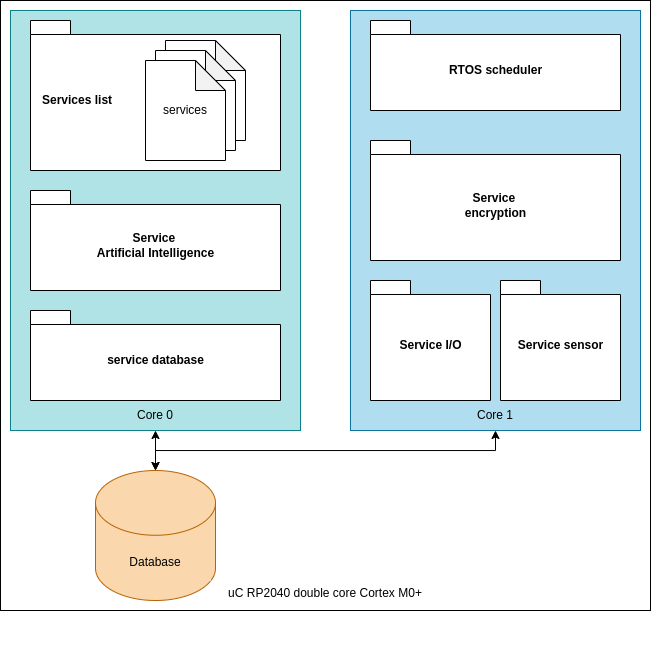
KureciPlatek/Project_BacaSable keeps this draw.io diagram as 02_Architecture_Modelisation/images/deployment_diagram.png. Above is the earlier version. Source tidied: cells renumbered, new cells last; positions are measured from the earlier drawing's top-left corner, leaving out a move shared by most shapes.
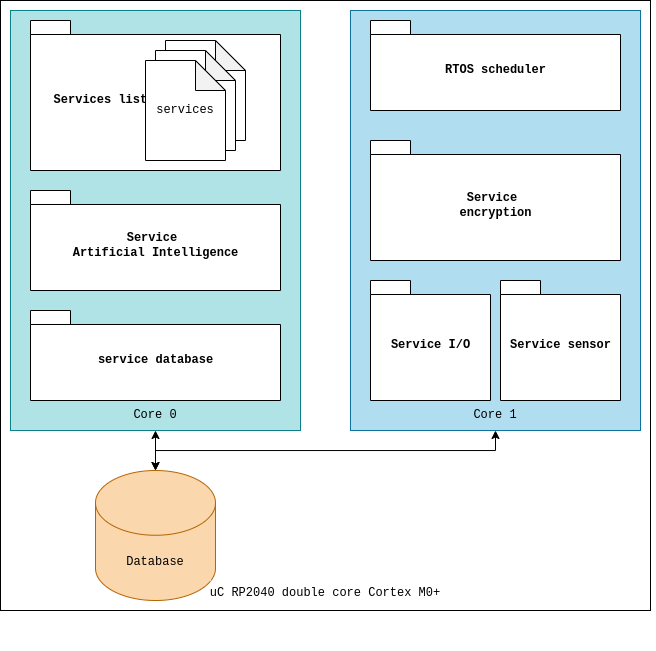
After the commit.

Commit message:
Fixed deployment diagram police

The edit, as a diff of the source:
```diff
@@ -2,64 +2,64 @@
   <root>
     <mxCell id="0" />
     <mxCell id="1" parent="0" />
-    <mxCell id="2" value="&lt;br&gt;&lt;br&gt;&lt;br&gt;&lt;br&gt;&lt;br&gt;&lt;br&gt;&lt;br&gt;&lt;br&gt;&lt;br&gt;&lt;br&gt;&lt;br&gt;&lt;br&gt;&lt;br&gt;&lt;br&gt;&lt;br&gt;&lt;br&gt;&lt;br&gt;&lt;br&gt;&lt;br&gt;&lt;br&gt;&lt;br&gt;&lt;br&gt;&lt;br&gt;&lt;br&gt;&lt;br&gt;&lt;br&gt;&lt;br&gt;&lt;br&gt;&lt;br&gt;&lt;br&gt;&lt;br&gt;&lt;br&gt;&lt;br&gt;&lt;br&gt;&lt;br&gt;&lt;br&gt;&lt;br&gt;&lt;br&gt;&lt;br&gt;&lt;br&gt;uC RP2040 double core Cortex M0+" style="rounded=0;whiteSpace=wrap;html=1;" parent="1" vertex="1">
+    <mxCell id="2" value="&lt;br&gt;&lt;br&gt;&lt;br&gt;&lt;br&gt;&lt;br&gt;&lt;br&gt;&lt;br&gt;&lt;br&gt;&lt;br&gt;&lt;br&gt;&lt;br&gt;&lt;br&gt;&lt;br&gt;&lt;br&gt;&lt;br&gt;&lt;br&gt;&lt;br&gt;&lt;br&gt;&lt;br&gt;&lt;br&gt;&lt;br&gt;&lt;br&gt;&lt;br&gt;&lt;br&gt;&lt;br&gt;&lt;br&gt;&lt;br&gt;&lt;br&gt;&lt;br&gt;&lt;br&gt;&lt;br&gt;&lt;br&gt;&lt;br&gt;&lt;br&gt;&lt;br&gt;&lt;br&gt;&lt;br&gt;&lt;br&gt;&lt;br&gt;&lt;br&gt;uC RP2040 double core Cortex M0+" style="rounded=0;whiteSpace=wrap;html=1;fontFamily=Courier New;" parent="1" vertex="1">
       <mxGeometry width="650" height="610" as="geometry" />
     </mxCell>
-    <mxCell id="3" style="group;fillColor=#b1ddf0;strokeColor=#10739e;" parent="1" vertex="1">
+    <mxCell id="3" style="group;fillColor=#b1ddf0;strokeColor=#10739e;fontFamily=Courier New;" parent="1" vertex="1">
       <mxGeometry x="350" y="10" width="290" height="420" as="geometry" />
     </mxCell>
-    <mxCell id="4" value="&lt;br&gt;&lt;br&gt;&lt;br&gt;&lt;br&gt;&lt;br&gt;&lt;br&gt;&lt;br&gt;&lt;br&gt;&lt;br&gt;&lt;br&gt;&lt;br&gt;&lt;br&gt;&lt;br&gt;&lt;br&gt;&lt;br&gt;&lt;br&gt;&lt;br&gt;&lt;br&gt;&lt;br&gt;&lt;br&gt;&lt;br&gt;&lt;br&gt;&lt;br&gt;&lt;br&gt;&lt;br&gt;&lt;br&gt;&lt;br&gt;Core 1" style="rounded=0;whiteSpace=wrap;html=1;fillColor=#b1ddf0;strokeColor=#10739e;" parent="3" vertex="1">
+    <mxCell id="4" value="&lt;br&gt;&lt;br&gt;&lt;br&gt;&lt;br&gt;&lt;br&gt;&lt;br&gt;&lt;br&gt;&lt;br&gt;&lt;br&gt;&lt;br&gt;&lt;br&gt;&lt;br&gt;&lt;br&gt;&lt;br&gt;&lt;br&gt;&lt;br&gt;&lt;br&gt;&lt;br&gt;&lt;br&gt;&lt;br&gt;&lt;br&gt;&lt;br&gt;&lt;br&gt;&lt;br&gt;&lt;br&gt;&lt;br&gt;&lt;br&gt;Core 1" style="rounded=0;whiteSpace=wrap;html=1;fillColor=#b1ddf0;strokeColor=#10739e;fontFamily=Courier New;" parent="3" vertex="1">
       <mxGeometry width="290" height="420" as="geometry" />
     </mxCell>
-    <mxCell id="5" value="Service I/O" style="shape=folder;fontStyle=1;spacingTop=10;tabWidth=40;tabHeight=14;tabPosition=left;html=1;" parent="3" vertex="1">
+    <mxCell id="5" value="Service I/O" style="shape=folder;fontStyle=1;spacingTop=10;tabWidth=40;tabHeight=14;tabPosition=left;html=1;fontFamily=Courier New;" parent="3" vertex="1">
       <mxGeometry x="20" y="270" width="120" height="120" as="geometry" />
     </mxCell>
-    <mxCell id="6" value="Service sensor" style="shape=folder;fontStyle=1;spacingTop=10;tabWidth=40;tabHeight=14;tabPosition=left;html=1;" parent="3" vertex="1">
+    <mxCell id="6" value="Service sensor" style="shape=folder;fontStyle=1;spacingTop=10;tabWidth=40;tabHeight=14;tabPosition=left;html=1;fontFamily=Courier New;" parent="3" vertex="1">
       <mxGeometry x="150" y="270" width="120" height="120" as="geometry" />
     </mxCell>
-    <mxCell id="7" value="Service &lt;br&gt;encryption" style="shape=folder;fontStyle=1;spacingTop=10;tabWidth=40;tabHeight=14;tabPosition=left;html=1;" parent="3" vertex="1">
+    <mxCell id="7" value="Service &lt;br&gt;encryption" style="shape=folder;fontStyle=1;spacingTop=10;tabWidth=40;tabHeight=14;tabPosition=left;html=1;fontFamily=Courier New;" parent="3" vertex="1">
       <mxGeometry x="20" y="130" width="250" height="120" as="geometry" />
     </mxCell>
-    <mxCell id="8" value="RTOS scheduler" style="shape=folder;fontStyle=1;spacingTop=10;tabWidth=40;tabHeight=14;tabPosition=left;html=1;" parent="3" vertex="1">
+    <mxCell id="8" value="RTOS scheduler" style="shape=folder;fontStyle=1;spacingTop=10;tabWidth=40;tabHeight=14;tabPosition=left;html=1;fontFamily=Courier New;" parent="3" vertex="1">
       <mxGeometry x="20" y="10" width="250" height="90" as="geometry" />
     </mxCell>
-    <mxCell id="9" style="group;" parent="1" vertex="1">
+    <mxCell id="9" style="group;fontFamily=Courier New;" parent="1" vertex="1">
       <mxGeometry x="10" y="10" width="645" height="640" as="geometry" />
     </mxCell>
-    <mxCell id="10" value="&lt;br&gt;&lt;br&gt;&lt;br&gt;&lt;br&gt;&lt;br&gt;&lt;br&gt;&lt;br&gt;&lt;br&gt;&lt;br&gt;&lt;br&gt;&lt;br&gt;&lt;br&gt;&lt;br&gt;&lt;br&gt;&lt;br&gt;&lt;br&gt;&lt;br&gt;&lt;br&gt;&lt;br&gt;&lt;br&gt;&lt;br&gt;&lt;br&gt;&lt;br&gt;&lt;br&gt;&lt;br&gt;&lt;br&gt;&lt;br&gt;Core 0" style="rounded=0;whiteSpace=wrap;html=1;fillColor=#b0e3e6;strokeColor=#0e8088;" parent="9" vertex="1">
+    <mxCell id="10" value="&lt;br&gt;&lt;br&gt;&lt;br&gt;&lt;br&gt;&lt;br&gt;&lt;br&gt;&lt;br&gt;&lt;br&gt;&lt;br&gt;&lt;br&gt;&lt;br&gt;&lt;br&gt;&lt;br&gt;&lt;br&gt;&lt;br&gt;&lt;br&gt;&lt;br&gt;&lt;br&gt;&lt;br&gt;&lt;br&gt;&lt;br&gt;&lt;br&gt;&lt;br&gt;&lt;br&gt;&lt;br&gt;&lt;br&gt;&lt;br&gt;Core 0" style="rounded=0;whiteSpace=wrap;html=1;fillColor=#b0e3e6;strokeColor=#0e8088;fontFamily=Courier New;" parent="9" vertex="1">
       <mxGeometry width="290" height="420" as="geometry" />
     </mxCell>
-    <mxCell id="11" value="&amp;nbsp; &amp;nbsp;Services list&amp;nbsp; &amp;nbsp; &amp;nbsp; &amp;nbsp; &amp;nbsp; &amp;nbsp; &amp;nbsp; &amp;nbsp; &amp;nbsp; &amp;nbsp; &amp;nbsp; &amp;nbsp; &amp;nbsp; &amp;nbsp; &amp;nbsp; &amp;nbsp; &amp;nbsp;" style="shape=folder;fontStyle=1;spacingTop=10;tabWidth=40;tabHeight=14;tabPosition=left;html=1;align=left;" parent="9" vertex="1">
+    <mxCell id="11" value="&amp;nbsp; &amp;nbsp;Services list&amp;nbsp; &amp;nbsp; &amp;nbsp; &amp;nbsp; &amp;nbsp; &amp;nbsp; &amp;nbsp; &amp;nbsp; &amp;nbsp; &amp;nbsp; &amp;nbsp; &amp;nbsp; &amp;nbsp; &amp;nbsp; &amp;nbsp; &amp;nbsp; &amp;nbsp;" style="shape=folder;fontStyle=1;spacingTop=10;tabWidth=40;tabHeight=14;tabPosition=left;html=1;align=left;fontFamily=Courier New;" parent="9" vertex="1">
       <mxGeometry x="20" y="10" width="250" height="150" as="geometry" />
     </mxCell>
-    <mxCell id="12" value="Service &lt;br&gt;Artificial Intelligence" style="shape=folder;fontStyle=1;spacingTop=10;tabWidth=40;tabHeight=14;tabPosition=left;html=1;" parent="9" vertex="1">
+    <mxCell id="12" value="Service &lt;br&gt;Artificial Intelligence" style="shape=folder;fontStyle=1;spacingTop=10;tabWidth=40;tabHeight=14;tabPosition=left;html=1;fontFamily=Courier New;" parent="9" vertex="1">
       <mxGeometry x="20" y="180" width="250" height="100" as="geometry" />
     </mxCell>
-    <mxCell id="13" value="&#10;&#10;&#10;&#10;&#10;&#10;&#10;" style="group;" parent="9" vertex="1">
+    <mxCell id="13" value="&#10;&#10;&#10;&#10;&#10;&#10;&#10;" style="group;fontFamily=Courier New;" parent="9" vertex="1">
       <mxGeometry x="45" y="10" width="600" height="630" as="geometry" />
     </mxCell>
-    <mxCell id="14" style="group;" parent="13" vertex="1">
+    <mxCell id="14" style="group;fontFamily=Courier New;" parent="13" vertex="1">
       <mxGeometry width="230" height="230" as="geometry" />
     </mxCell>
-    <mxCell id="15" style="shape=note;whiteSpace=wrap;html=1;backgroundOutline=1;darkOpacity=0.05;" parent="14" vertex="1">
+    <mxCell id="15" style="shape=note;whiteSpace=wrap;html=1;backgroundOutline=1;darkOpacity=0.05;fontFamily=Courier New;" parent="14" vertex="1">
       <mxGeometry x="110" y="20" width="80" height="100" as="geometry" />
     </mxCell>
-    <mxCell id="16" style="shape=note;whiteSpace=wrap;html=1;backgroundOutline=1;darkOpacity=0.05;" parent="14" vertex="1">
+    <mxCell id="16" style="shape=note;whiteSpace=wrap;html=1;backgroundOutline=1;darkOpacity=0.05;fontFamily=Courier New;" parent="14" vertex="1">
       <mxGeometry x="100" y="30" width="80" height="100" as="geometry" />
     </mxCell>
-    <mxCell id="17" value="services" style="shape=note;whiteSpace=wrap;html=1;backgroundOutline=1;darkOpacity=0.05;" parent="14" vertex="1">
+    <mxCell id="17" value="services" style="shape=note;whiteSpace=wrap;html=1;backgroundOutline=1;darkOpacity=0.05;fontFamily=Courier New;" parent="14" vertex="1">
       <mxGeometry x="90" y="40" width="80" height="100" as="geometry" />
     </mxCell>
-    <mxCell id="18" value="service database" style="shape=folder;fontStyle=1;spacingTop=10;tabWidth=40;tabHeight=14;tabPosition=left;html=1;" parent="9" vertex="1">
+    <mxCell id="18" value="service database" style="shape=folder;fontStyle=1;spacingTop=10;tabWidth=40;tabHeight=14;tabPosition=left;html=1;fontFamily=Courier New;" parent="9" vertex="1">
       <mxGeometry x="20" y="300" width="250" height="90" as="geometry" />
     </mxCell>
-    <mxCell id="19" value="Database" style="shape=cylinder3;whiteSpace=wrap;html=1;boundedLbl=1;backgroundOutline=1;size=32.380952380952294;fillColor=#fad7ac;strokeColor=#b46504;" parent="1" vertex="1">
+    <mxCell id="19" value="Database" style="shape=cylinder3;whiteSpace=wrap;html=1;boundedLbl=1;backgroundOutline=1;size=32.380952380952294;fillColor=#fad7ac;strokeColor=#b46504;fontFamily=Courier New;" parent="1" vertex="1">
       <mxGeometry x="95" y="470" width="120" height="130" as="geometry" />
     </mxCell>
-    <mxCell id="20" style="endArrow=classic;html=1;rounded=0;exitX=0.5;exitY=1;exitDx=0;exitDy=0;entryX=0.5;entryY=0;entryDx=0;entryDy=0;entryPerimeter=0;edgeStyle=orthogonalEdgeStyle;startArrow=classic;startFill=1;" parent="1" edge="1" source="10" target="19">
+    <mxCell id="20" style="endArrow=classic;html=1;rounded=0;exitX=0.5;exitY=1;exitDx=0;exitDy=0;entryX=0.5;entryY=0;entryDx=0;entryDy=0;entryPerimeter=0;edgeStyle=orthogonalEdgeStyle;startArrow=classic;startFill=1;fontFamily=Courier New;" parent="1" edge="1" source="10" target="19">
       <mxGeometry relative="1" as="geometry" />
     </mxCell>
-    <mxCell id="21" style="endArrow=classic;html=1;rounded=0;exitX=0.5;exitY=1;exitDx=0;exitDy=0;entryX=0.5;entryY=0;entryDx=0;entryDy=0;entryPerimeter=0;edgeStyle=orthogonalEdgeStyle;startArrow=classic;startFill=1;" parent="1" edge="1" source="4" target="19">
+    <mxCell id="21" style="endArrow=classic;html=1;rounded=0;exitX=0.5;exitY=1;exitDx=0;exitDy=0;entryX=0.5;entryY=0;entryDx=0;entryDy=0;entryPerimeter=0;edgeStyle=orthogonalEdgeStyle;startArrow=classic;startFill=1;fontFamily=Courier New;" parent="1" edge="1" source="4" target="19">
       <mxGeometry relative="1" as="geometry" />
     </mxCell>
   </root>
```
